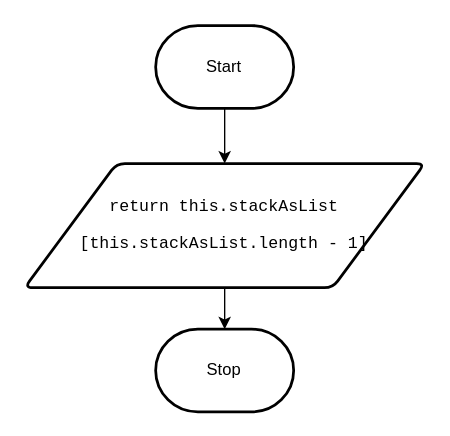
Above: flowchart3.drawio in Rodas-Nega1/ics4u-unit-2-03-typescript (draw.io), before the change. Source tidied: cells renumbered, new cells numbered last; positions are measured from the earlier drawing's top-left corner, leaving out a move shared by most shapes. Both pictures are drawn from the tidied source at 138%, with x=0, y=0 at pixel (23, 25).
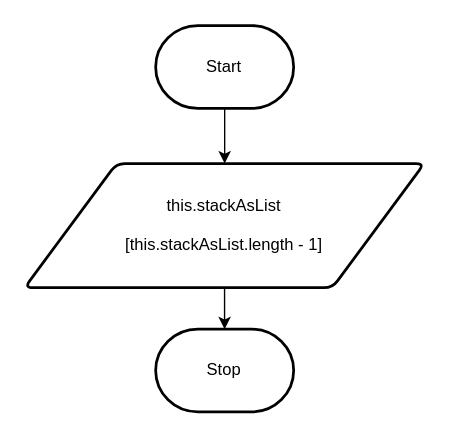
The same diagram, later.

Change to the diagram source:
```diff
@@
 <mxGraphModel>
   <root>
     <mxCell id="0" />
     <mxCell id="1" parent="0" />
     <mxCell id="2" style="edgeStyle=none;html=1;" parent="1" edge="1" source="3">
       <mxGeometry relative="1" as="geometry">
         <mxPoint x="145.3" y="100" as="targetPoint" />
       </mxGeometry>
     </mxCell>
     <mxCell id="3" value="Start" style="strokeWidth=2;html=1;shape=mxgraph.flowchart.terminator;whiteSpace=wrap;" parent="1" vertex="1">
       <mxGeometry x="95.3" width="100" height="60" as="geometry" />
     </mxCell>
     <mxCell id="4" value="Stop" style="strokeWidth=2;html=1;shape=mxgraph.flowchart.terminator;whiteSpace=wrap;" parent="1" vertex="1">
       <mxGeometry x="95.3" y="220" width="100" height="60" as="geometry" />
     </mxCell>
     <mxCell id="5" style="edgeStyle=none;html=1;fontColor=#000000;" parent="1" edge="1" source="6" target="4">
       <mxGeometry relative="1" as="geometry" />
     </mxCell>
-    <mxCell id="6" value="&lt;pre style=&quot;overflow-wrap: break-word&quot;&gt;&lt;font color=&quot;#000000&quot;&gt;return this.stackAsList&lt;/font&gt;&lt;/pre&gt;&lt;pre style=&quot;overflow-wrap: break-word&quot;&gt;&lt;font color=&quot;#000000&quot;&gt;[this.stackAsList.length - 1]&lt;/font&gt;&lt;/pre&gt;" style="shape=parallelogram;html=1;strokeWidth=2;perimeter=parallelogramPerimeter;whiteSpace=wrap;rounded=1;arcSize=12;size=0.23;" parent="1" vertex="1">
-      <mxGeometry x="0.3" y="100" width="290" height="90" as="geometry" />
+    <mxCell id="6" value="&lt;pre style=&quot;overflow-wrap: break-word&quot;&gt;&lt;font color=&quot;#000000&quot; face=&quot;Helvetica&quot;&gt;this.stackAsList&lt;/font&gt;&lt;/pre&gt;&lt;pre style=&quot;overflow-wrap: break-word&quot;&gt;&lt;font color=&quot;#000000&quot; face=&quot;Helvetica&quot;&gt;[this.stackAsList.length - 1]&lt;/font&gt;&lt;/pre&gt;" style="shape=parallelogram;html=1;strokeWidth=2;perimeter=parallelogramPerimeter;whiteSpace=wrap;rounded=1;arcSize=12;size=0.23;" parent="1" vertex="1">
+      <mxGeometry x="0.3" y="100" width="289.7" height="90" as="geometry" />
     </mxCell>
   </root>
 </mxGraphModel>
```
